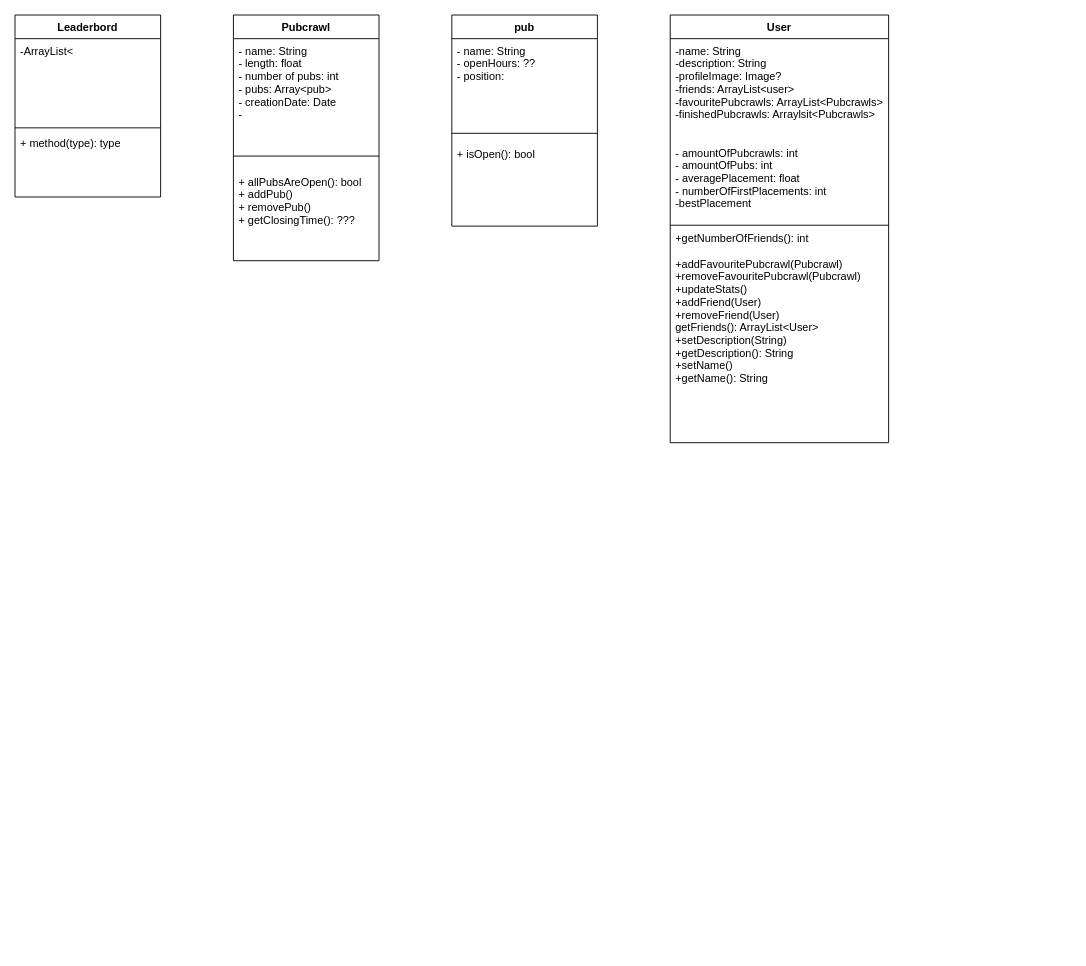
The draw.io diagram page "UML Diagram" (1 of 2) of test.drawio in erikpersson0884/tda367-uml, before the edit. Source tidied: cells renumbered, new cells numbered last; positions are measured from the earlier drawing's top-left corner, leaving out a move shared by most shapes. Both pictures are drawn from the tidied source at 91%, with x=0, y=0 at pixel (15, 15).
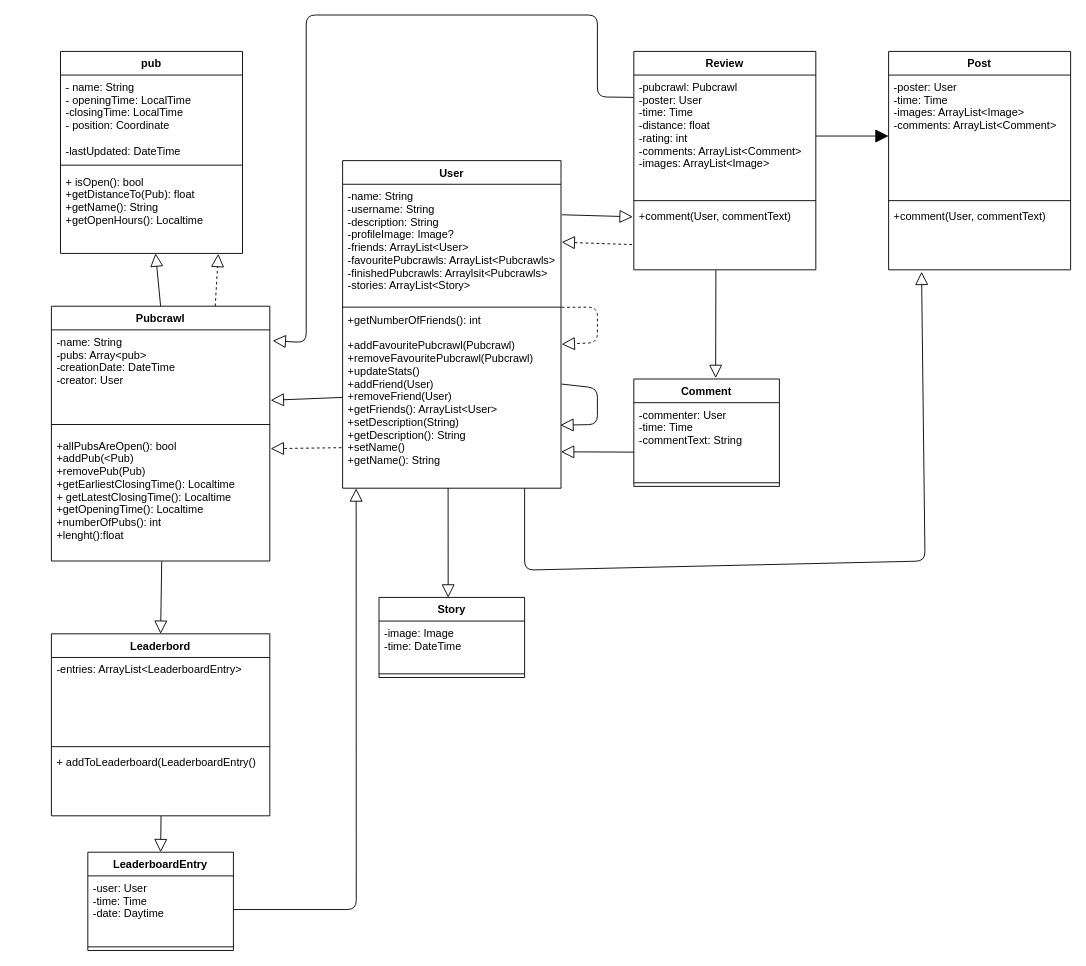
Above is the later version.

The edit, as a diff of the source:
```diff
@@
+    <mxCell id="18" style="edgeStyle=none;html=1;exitX=0.75;exitY=0;exitDx=0;exitDy=0;entryX=0.867;entryY=1.005;entryDx=0;entryDy=0;entryPerimeter=0;startArrow=none;startFill=0;endArrow=block;endFill=0;endSize=12;dashed=1;" parent="1" edge="1" source="2" target="9">
+      <mxGeometry relative="1" as="geometry" />
+    </mxCell>
     <mxCell id="2" value="Pubcrawl" style="swimlane;fontStyle=1;align=center;verticalAlign=top;horizontal=1;startSize=26;" parent="1" vertex="1">
-      <mxGeometry x="240" width="160" height="270" as="geometry" />
+      <mxGeometry x="40" y="320" width="240" height="280" as="geometry" />
     </mxCell>
-    <mxCell id="3" value="- name: String&#10;- length: float&#10;- number of pubs: int&#10;- pubs: Array&lt;pub&gt;&#10;- creationDate: Date&#10;-" style="text;align=left;verticalAlign=top;spacingLeft=4;spacingRight=4;overflow=hidden;points=[[0,0.5],[1,0.5]];portConstraint=eastwest;" parent="2" vertex="1">
-      <mxGeometry y="26" width="160" height="114" as="geometry" />
+    <mxCell id="3" value="-name: String&#10;-pubs: Array&lt;pub&gt;&#10;-creationDate: DateTime&#10;-creator: User" style="text;align=left;verticalAlign=top;spacingLeft=4;spacingRight=4;overflow=hidden;points=[[0,0.5],[1,0.5]];portConstraint=eastwest;" parent="2" vertex="1">
+      <mxGeometry y="26" width="240" height="94" as="geometry" />
     </mxCell>
     <mxCell id="4" style="line;strokeWidth=1;fillColor=none;align=left;verticalAlign=middle;spacingTop=-1;spacingLeft=3;spacingRight=3;labelPosition=right;strokeColor=inherit;" parent="2" vertex="1">
-      <mxGeometry y="140" width="160" height="30" as="geometry" />
+      <mxGeometry y="120" width="240" height="20" as="geometry" />
     </mxCell>
-    <mxCell id="5" value="+ allPubsAreOpen(): bool&#10;+ addPub()&#10;+ removePub()&#10;+ getClosingTime(): ???" style="text;strokeColor=none;fillColor=none;align=left;verticalAlign=top;spacingLeft=4;spacingRight=4;overflow=hidden;points=[[0,0.5],[1,0.5]];portConstraint=eastwest;" parent="2" vertex="1">
-      <mxGeometry y="170" width="160" height="100" as="geometry" />
+    <mxCell id="5" value="+allPubsAreOpen(): bool&#10;+addPub(&lt;Pub)&#10;+removePub(Pub)&#10;+getEarliestClosingTime(): Localtime&#10;+ getLatestClosingTime(): Localtime&#10;+getOpeningTime(): Localtime&#10;+numberOfPubs(): int&#10;+lenght():float" style="text;strokeColor=none;fillColor=none;align=left;verticalAlign=top;spacingLeft=4;spacingRight=4;overflow=hidden;points=[[0,0.5],[1,0.5]];portConstraint=eastwest;" parent="2" vertex="1">
+      <mxGeometry y="140" width="240" height="140" as="geometry" />
     </mxCell>
     <mxCell id="6" value="pub" style="swimlane;fontStyle=1;align=center;verticalAlign=top;horizontal=1;startSize=26;" parent="1" vertex="1">
-      <mxGeometry x="480" width="160" height="232" as="geometry" />
+      <mxGeometry x="50" y="40" width="200" height="222" as="geometry" />
     </mxCell>
-    <mxCell id="7" value="- name: String&#10;- openHours: ?? &#10;- position: " style="text;strokeColor=none;fillColor=none;align=left;verticalAlign=top;spacingLeft=4;spacingRight=4;overflow=hidden;" parent="6" vertex="1">
-      <mxGeometry y="26" width="160" height="94" as="geometry" />
+    <mxCell id="7" value="- name: String&#10;- openingTime: LocalTime&#10;-closingTime: LocalTime&#10;- position: Coordinate&#10;&#10;-lastUpdated: DateTime" style="text;strokeColor=none;fillColor=none;align=left;verticalAlign=top;spacingLeft=4;spacingRight=4;overflow=hidden;" parent="6" vertex="1">
+      <mxGeometry y="26" width="200" height="94" as="geometry" />
     </mxCell>
     <mxCell id="8" style="line;strokeWidth=1;fillColor=none;align=left;verticalAlign=middle;spacingTop=-1;spacingLeft=3;spacingRight=3;labelPosition=right;strokeColor=inherit;" parent="6" vertex="1">
-      <mxGeometry y="120" width="160" height="20" as="geometry" />
+      <mxGeometry y="120" width="200" height="10" as="geometry" />
     </mxCell>
-    <mxCell id="9" value="+ isOpen(): bool" style="text;strokeColor=none;fillColor=none;align=left;verticalAlign=top;spacingLeft=4;spacingRight=4;overflow=hidden;points=[[0,0.5],[1,0.5]];portConstraint=eastwest;" parent="6" vertex="1">
-      <mxGeometry y="140" width="160" height="92" as="geometry" />
+    <mxCell id="9" value="+ isOpen(): bool&#10;+getDistanceTo(Pub): float&#10;+getName(): String&#10;+getOpenHours(): Localtime" style="text;strokeColor=none;fillColor=none;align=left;verticalAlign=top;spacingLeft=4;spacingRight=4;overflow=hidden;points=[[0,0.5],[1,0.5]];portConstraint=eastwest;" parent="6" vertex="1">
+      <mxGeometry y="130" width="200" height="92" as="geometry" />
     </mxCell>
     <mxCell id="10" value="User" style="swimlane;fontStyle=1;align=center;verticalAlign=top;horizontal=1;startSize=26;" parent="1" vertex="1">
-      <mxGeometry x="720" width="240" height="470" as="geometry" />
+      <mxGeometry x="360" y="160" width="240" height="360" as="geometry" />
     </mxCell>
-    <mxCell id="11" value="-name: String&#10;-description: String&#10;-profileImage: Image?&#10;-friends: ArrayList&lt;user&gt;&#10;-favouritePubcrawls: ArrayList&lt;Pubcrawls&gt;&#10;-finishedPubcrawls: Arraylsit&lt;Pubcrawls&gt;&#10;&#10;&#10;- amountOfPubcrawls: int&#10;- amountOfPubs: int&#10;- averagePlacement: float&#10;- numberOfFirstPlacements: int&#10;-bestPlacement&#10;" style="text;strokeColor=none;fillColor=none;align=left;verticalAlign=top;spacingLeft=4;spacingRight=4;overflow=hidden;points=[[0,0.5],[1,0.5]];portConstraint=eastwest;" parent="10" vertex="1">
-      <mxGeometry y="26" width="240" height="204" as="geometry" />
+    <mxCell id="11" value="-name: String&#10;-username: String&#10;-description: String&#10;-profileImage: Image?&#10;-friends: ArrayList&lt;User&gt;&#10;-favouritePubcrawls: ArrayList&lt;Pubcrawls&gt;&#10;-finishedPubcrawls: Arraylsit&lt;Pubcrawls&gt;&#10;-stories: ArrayList&lt;Story&gt;&#10;" style="text;strokeColor=none;fillColor=none;align=left;verticalAlign=top;spacingLeft=4;spacingRight=4;overflow=hidden;points=[[0,0.5],[1,0.5]];portConstraint=eastwest;" parent="10" vertex="1">
+      <mxGeometry y="26" width="240" height="134" as="geometry" />
     </mxCell>
     <mxCell id="12" style="line;strokeWidth=1;fillColor=none;align=left;verticalAlign=middle;spacingTop=-1;spacingLeft=3;spacingRight=3;labelPosition=right;strokeColor=inherit;" parent="10" vertex="1">
-      <mxGeometry y="230" width="240" height="2" as="geometry" />
+      <mxGeometry y="160" width="240" height="2" as="geometry" />
     </mxCell>
-    <mxCell id="13" value="+getNumberOfFriends(): int&#10;&#10;+addFavouritePubcrawl(Pubcrawl)&#10;+removeFavouritePubcrawl(Pubcrawl)&#10;+updateStats()&#10;+addFriend(User)&#10;+removeFriend(User)&#10;getFriends(): ArrayList&lt;User&gt;&#10;+setDescription(String)&#10;+getDescription(): String&#10;+setName()&#10;+getName(): String&#10;&#10;&#10;&#10;&#10;&#10;" style="text;strokeColor=none;fillColor=none;align=left;verticalAlign=top;spacingLeft=4;spacingRight=4;overflow=hidden;points=[[0,0.5],[1,0.5]];portConstraint=eastwest;" parent="10" vertex="1">
-      <mxGeometry y="232" width="240" height="238" as="geometry" />
+    <mxCell id="13" value="+getNumberOfFriends(): int&#10;&#10;+addFavouritePubcrawl(Pubcrawl)&#10;+removeFavouritePubcrawl(Pubcrawl)&#10;+updateStats()&#10;+addFriend(User)&#10;+removeFriend(User)&#10;+getFriends(): ArrayList&lt;User&gt;&#10;+setDescription(String)&#10;+getDescription(): String&#10;+setName()&#10;+getName(): String&#10;&#10;&#10;&#10;&#10;&#10;" style="text;strokeColor=none;fillColor=none;align=left;verticalAlign=top;spacingLeft=4;spacingRight=4;overflow=hidden;points=[[0,0.5],[1,0.5]];portConstraint=eastwest;" parent="10" vertex="1">
+      <mxGeometry y="162" width="240" height="198" as="geometry" />
     </mxCell>
+    <mxCell id="19" style="endArrow=block;endFill=0;endSize=12;html=1;exitX=1.003;exitY=0.422;exitDx=0;exitDy=0;exitPerimeter=0;entryX=0.997;entryY=0.65;entryDx=0;entryDy=0;entryPerimeter=0;" parent="10" edge="1" source="13" target="13">
+      <mxGeometry relative="1" as="geometry">
+        <Array as="points">
+          <mxPoint x="280" y="250" />
+          <mxPoint x="280" y="290" />
+        </Array>
+      </mxGeometry>
+    </mxCell>
+    <mxCell id="20" style="endArrow=block;dashed=1;endFill=0;endSize=12;html=1;exitX=1.003;exitY=-0.004;exitDx=0;exitDy=0;exitPerimeter=0;entryX=1.003;entryY=0.201;entryDx=0;entryDy=0;entryPerimeter=0;" parent="10" edge="1" source="13" target="13">
+      <mxGeometry relative="1" as="geometry">
+        <Array as="points">
+          <mxPoint x="280" y="161" />
+          <mxPoint x="280" y="200" />
+        </Array>
+      </mxGeometry>
+    </mxCell>
     <mxCell id="14" value="Leaderbord" style="swimlane;fontStyle=1;align=center;verticalAlign=top;horizontal=1;startSize=26;" parent="1" vertex="1">
-      <mxGeometry width="160" height="200" as="geometry" />
+      <mxGeometry x="40" y="680" width="240" height="200" as="geometry" />
     </mxCell>
-    <mxCell id="15" value="-ArrayList&lt;" style="text;strokeColor=none;fillColor=none;align=left;verticalAlign=top;spacingLeft=4;spacingRight=4;overflow=hidden;" parent="14" vertex="1">
-      <mxGeometry y="26" width="160" height="94" as="geometry" />
+    <mxCell id="15" value="-entries: ArrayList&lt;LeaderboardEntry&gt;" style="text;strokeColor=none;fillColor=none;align=left;verticalAlign=top;spacingLeft=4;spacingRight=4;overflow=hidden;" parent="14" vertex="1">
+      <mxGeometry y="26" width="240" height="94" as="geometry" />
     </mxCell>
     <mxCell id="16" style="line;strokeWidth=1;fillColor=none;align=left;verticalAlign=middle;spacingTop=-1;spacingLeft=3;spacingRight=3;labelPosition=right;strokeColor=inherit;" parent="14" vertex="1">
-      <mxGeometry y="120" width="160" height="8" as="geometry" />
+      <mxGeometry y="120" width="240" height="8" as="geometry" />
     </mxCell>
-    <mxCell id="17" value="+ method(type): type" style="text;strokeColor=none;fillColor=none;align=left;verticalAlign=top;spacingLeft=4;spacingRight=4;overflow=hidden;points=[[0,0.5],[1,0.5]];portConstraint=eastwest;" parent="14" vertex="1">
-      <mxGeometry y="128" width="160" height="72" as="geometry" />
+    <mxCell id="17" value="+ addToLeaderboard(LeaderboardEntry()" style="text;strokeColor=none;fillColor=none;align=left;verticalAlign=top;spacingLeft=4;spacingRight=4;overflow=hidden;points=[[0,0.5],[1,0.5]];portConstraint=eastwest;" parent="14" vertex="1">
+      <mxGeometry y="128" width="240" height="72" as="geometry" />
     </mxCell>
+    <mxCell id="21" value="Review" style="swimlane;fontStyle=1;align=center;verticalAlign=top;horizontal=1;startSize=26;" parent="1" vertex="1">
+      <mxGeometry x="680" y="40" width="200" height="240" as="geometry" />
+    </mxCell>
+    <mxCell id="22" value="-pubcrawl: Pubcrawl&#10;-poster: User&#10;-time: Time&#10;-distance: float&#10;-rating: int&#10;-comments: ArrayList&lt;Comment&gt;&#10;-images: ArrayList&lt;Image&gt;" style="text;strokeColor=none;fillColor=none;align=left;verticalAlign=top;spacingLeft=4;spacingRight=4;overflow=hidden;points=[[0,0.5],[1,0.5]];portConstraint=eastwest;" parent="21" vertex="1">
+      <mxGeometry y="26" width="200" height="134" as="geometry" />
+    </mxCell>
+    <mxCell id="23" style="line;strokeWidth=1;fillColor=none;align=left;verticalAlign=middle;spacingTop=-1;spacingLeft=3;spacingRight=3;labelPosition=right;strokeColor=inherit;" parent="21" vertex="1">
+      <mxGeometry y="160" width="200" height="8" as="geometry" />
+    </mxCell>
+    <mxCell id="24" value="+comment(User, commentText)" style="text;strokeColor=none;fillColor=none;align=left;verticalAlign=top;spacingLeft=4;spacingRight=4;overflow=hidden;points=[[0,0.5],[1,0.5]];portConstraint=eastwest;" parent="21" vertex="1">
+      <mxGeometry y="168" width="200" height="72" as="geometry" />
+    </mxCell>
+    <mxCell id="25" value="Comment" style="swimlane;fontStyle=1;align=center;verticalAlign=top;horizontal=1;startSize=26;" parent="1" vertex="1">
+      <mxGeometry x="680" y="400" width="160" height="118" as="geometry" />
+    </mxCell>
+    <mxCell id="26" value="-commenter: User&#10;-time: Time&#10;-commentText: String&#10;" style="text;strokeColor=none;fillColor=none;align=left;verticalAlign=top;spacingLeft=4;spacingRight=4;overflow=hidden;points=[[0,0.5],[1,0.5]];portConstraint=eastwest;" parent="25" vertex="1">
+      <mxGeometry y="26" width="160" height="84" as="geometry" />
+    </mxCell>
+    <mxCell id="27" style="line;strokeWidth=1;fillColor=none;align=left;verticalAlign=middle;spacingTop=-1;spacingLeft=3;spacingRight=3;labelPosition=right;strokeColor=inherit;" parent="25" vertex="1">
+      <mxGeometry y="110" width="160" height="8" as="geometry" />
+    </mxCell>
+    <mxCell id="28" value="Story" style="swimlane;fontStyle=1;align=center;verticalAlign=top;horizontal=1;startSize=26;" parent="1" vertex="1">
+      <mxGeometry x="400" y="640" width="160" height="88" as="geometry" />
+    </mxCell>
+    <mxCell id="29" value="-image: Image&#10;-time: DateTime" style="text;strokeColor=none;fillColor=none;align=left;verticalAlign=top;spacingLeft=4;spacingRight=4;overflow=hidden;" parent="28" vertex="1">
+      <mxGeometry y="26" width="160" height="54" as="geometry" />
+    </mxCell>
+    <mxCell id="30" style="line;strokeWidth=1;fillColor=none;align=left;verticalAlign=middle;spacingTop=-1;spacingLeft=3;spacingRight=3;labelPosition=right;strokeColor=inherit;" parent="28" vertex="1">
+      <mxGeometry y="80" width="160" height="8" as="geometry" />
+    </mxCell>
+    <mxCell id="31" style="endArrow=block;endFill=0;endSize=12;html=1;exitX=0.451;exitY=1.006;exitDx=0;exitDy=0;exitPerimeter=0;entryX=0.562;entryY=-0.009;entryDx=0;entryDy=0;entryPerimeter=0;" parent="1" edge="1" source="24" target="25">
+      <mxGeometry relative="1" as="geometry" />
+    </mxCell>
+    <mxCell id="32" style="endArrow=block;endFill=0;endSize=12;html=1;exitX=0.001;exitY=0.647;exitDx=0;exitDy=0;exitPerimeter=0;" parent="1" edge="1" source="26">
+      <mxGeometry relative="1" as="geometry">
+        <mxPoint x="600" y="480" as="targetPoint" />
+      </mxGeometry>
+    </mxCell>
+    <mxCell id="33" style="endArrow=block;endFill=0;endSize=12;html=1;entryX=0.475;entryY=0.002;entryDx=0;entryDy=0;exitX=0.483;exitY=0.999;exitDx=0;exitDy=0;exitPerimeter=0;entryPerimeter=0;" parent="1" edge="1" source="13" target="28">
+      <mxGeometry relative="1" as="geometry" />
+    </mxCell>
+    <mxCell id="34" style="endArrow=block;endFill=0;endSize=12;html=1;entryX=0.5;entryY=0;entryDx=0;entryDy=0;exitX=0.505;exitY=1.004;exitDx=0;exitDy=0;exitPerimeter=0;" parent="1" edge="1" source="5" target="14">
+      <mxGeometry relative="1" as="geometry" />
+    </mxCell>
+    <mxCell id="35" style="endArrow=block;endFill=0;endSize=12;html=1;exitX=1.004;exitY=0.25;exitDx=0;exitDy=0;exitPerimeter=0;entryX=-0.006;entryY=0.191;entryDx=0;entryDy=0;entryPerimeter=0;startArrow=none;startFill=0;startSize=12;" parent="1" edge="1" source="11" target="24">
+      <mxGeometry relative="1" as="geometry" />
+    </mxCell>
+    <mxCell id="36" style="endArrow=block;endFill=0;endSize=12;html=1;entryX=1.004;entryY=0.823;entryDx=0;entryDy=0;entryPerimeter=0;exitX=0.001;exitY=0.496;exitDx=0;exitDy=0;exitPerimeter=0;" parent="1" edge="1" source="13" target="3">
+      <mxGeometry relative="1" as="geometry" />
+    </mxCell>
+    <mxCell id="37" style="endArrow=block;endFill=0;html=1;exitX=0.5;exitY=0;exitDx=0;exitDy=0;endSize=12;" parent="1" edge="1" source="2" target="9">
+      <mxGeometry relative="1" as="geometry" />
+    </mxCell>
+    <mxCell id="38" style="edgeStyle=none;html=1;exitX=-0.002;exitY=0.183;exitDx=0;exitDy=0;entryX=1.013;entryY=0.127;entryDx=0;entryDy=0;entryPerimeter=0;startArrow=none;startFill=0;endArrow=block;endFill=0;startSize=12;endSize=12;exitPerimeter=0;" parent="1" edge="1" source="22" target="3">
+      <mxGeometry relative="1" as="geometry">
+        <Array as="points">
+          <mxPoint x="640" y="90" />
+          <mxPoint x="640" />
+          <mxPoint x="320" />
+          <mxPoint x="320" y="360" />
+        </Array>
+      </mxGeometry>
+    </mxCell>
+    <mxCell id="39" value="LeaderboardEntry" style="swimlane;fontStyle=1;align=center;verticalAlign=top;horizontal=1;startSize=26;" parent="1" vertex="1">
+      <mxGeometry x="80" y="920" width="160" height="108" as="geometry" />
+    </mxCell>
+    <mxCell id="40" value="-user: User&#10;-time: Time&#10;-date: Daytime" style="text;strokeColor=none;fillColor=none;align=left;verticalAlign=top;spacingLeft=4;spacingRight=4;overflow=hidden;points=[[0,0.5],[1,0.5]];portConstraint=eastwest;" parent="39" vertex="1">
+      <mxGeometry y="26" width="160" height="74" as="geometry" />
+    </mxCell>
+    <mxCell id="41" style="line;strokeWidth=1;fillColor=none;align=left;verticalAlign=middle;spacingTop=-1;spacingLeft=3;spacingRight=3;labelPosition=right;strokeColor=inherit;" parent="39" vertex="1">
+      <mxGeometry y="100" width="160" height="8" as="geometry" />
+    </mxCell>
+    <mxCell id="42" style="endArrow=block;endFill=0;endSize=12;html=1;exitX=0.502;exitY=1.002;exitDx=0;exitDy=0;exitPerimeter=0;entryX=0.5;entryY=0;entryDx=0;entryDy=0;" parent="1" edge="1" source="17" target="39">
+      <mxGeometry relative="1" as="geometry" />
+    </mxCell>
+    <mxCell id="43" style="endArrow=block;endFill=0;endSize=12;html=1;exitX=1;exitY=0.5;exitDx=0;exitDy=0;entryX=0.062;entryY=1.001;entryDx=0;entryDy=0;entryPerimeter=0;" parent="1" edge="1" source="40" target="13">
+      <mxGeometry relative="1" as="geometry">
+        <Array as="points">
+          <mxPoint x="375" y="983" />
+        </Array>
+      </mxGeometry>
+    </mxCell>
+    <mxCell id="44" style="endArrow=block;dashed=1;endFill=0;endSize=12;html=1;exitX=-0.005;exitY=0.775;exitDx=0;exitDy=0;exitPerimeter=0;entryX=1.004;entryY=0.118;entryDx=0;entryDy=0;entryPerimeter=0;" parent="1" edge="1" source="13" target="5">
+      <mxGeometry relative="1" as="geometry" />
+    </mxCell>
+    <mxCell id="45" style="endArrow=block;dashed=1;endFill=0;endSize=12;html=1;exitX=-0.01;exitY=0.615;exitDx=0;exitDy=0;exitPerimeter=0;entryX=1.003;entryY=0.475;entryDx=0;entryDy=0;entryPerimeter=0;" parent="1" edge="1" source="24" target="11">
+      <mxGeometry relative="1" as="geometry" />
+    </mxCell>
+    <mxCell id="46" value="Post" style="swimlane;fontStyle=1;align=center;verticalAlign=top;horizontal=1;startSize=26;" parent="1" vertex="1">
+      <mxGeometry x="960" y="40" width="200" height="240" as="geometry" />
+    </mxCell>
+    <mxCell id="47" value="-poster: User&#10;-time: Time&#10;-images: ArrayList&lt;Image&gt;&#10;-comments: ArrayList&lt;Comment&gt;&#10;" style="text;strokeColor=none;fillColor=none;align=left;verticalAlign=top;spacingLeft=4;spacingRight=4;overflow=hidden;points=[[0,0.5],[1,0.5]];portConstraint=eastwest;" parent="46" vertex="1">
+      <mxGeometry y="26" width="200" height="134" as="geometry" />
+    </mxCell>
+    <mxCell id="48" style="line;strokeWidth=1;fillColor=none;align=left;verticalAlign=middle;spacingTop=-1;spacingLeft=3;spacingRight=3;labelPosition=right;strokeColor=inherit;" parent="46" vertex="1">
+      <mxGeometry y="160" width="200" height="8" as="geometry" />
+    </mxCell>
+    <mxCell id="49" value="+comment(User, commentText)" style="text;strokeColor=none;fillColor=none;align=left;verticalAlign=top;spacingLeft=4;spacingRight=4;overflow=hidden;points=[[0,0.5],[1,0.5]];portConstraint=eastwest;" parent="46" vertex="1">
+      <mxGeometry y="168" width="200" height="72" as="geometry" />
+    </mxCell>
+    <mxCell id="50" style="edgeStyle=none;html=1;exitX=1;exitY=0.5;exitDx=0;exitDy=0;entryX=0;entryY=0.5;entryDx=0;entryDy=0;startArrow=none;startFill=0;endArrow=block;endFill=1;endSize=12;" parent="1" edge="1" source="22" target="47">
+      <mxGeometry relative="1" as="geometry" />
+    </mxCell>
+    <mxCell id="51" style="endArrow=block;endFill=0;endSize=12;html=1;exitX=0.483;exitY=0.999;exitDx=0;exitDy=0;exitPerimeter=0;entryX=0.181;entryY=1.03;entryDx=0;entryDy=0;entryPerimeter=0;" parent="1" edge="1" target="49">
+      <mxGeometry relative="1" as="geometry">
+        <mxPoint x="560" y="520" as="sourcePoint" />
+        <Array as="points">
+          <mxPoint x="560" y="610" />
+          <mxPoint x="1000" y="600" />
+        </Array>
+      </mxGeometry>
+    </mxCell>
```
